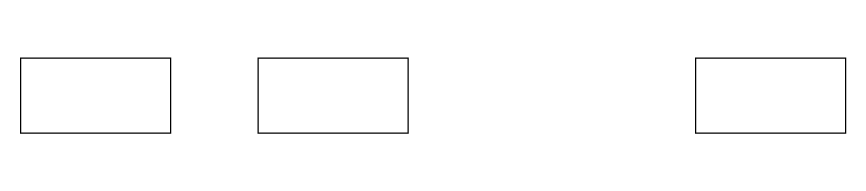
Earlier version of the draw.io diagram Untitled Diagram.drawio (Majdi-Abdelhalim/Graphs). Source tidied: cells renumbered, new cells numbered last; positions are measured from the earlier drawing's top-left corner, leaving out a move shared by most shapes. Both pictures are drawn from the tidied source at 125%, with x=0, y=0 at pixel (20, 58).
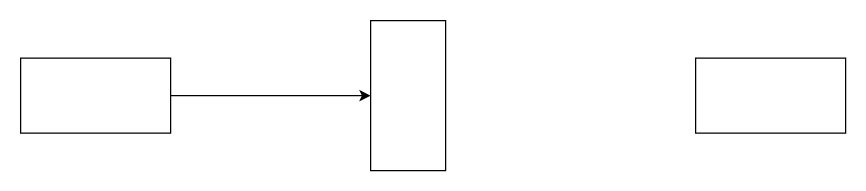
After the change.

The edit, as a diff of the source:
```diff
@@
 <mxGraphModel>
   <root>
     <mxCell id="0" />
     <mxCell id="1" parent="0" />
-    <mxCell id="2" style="rounded=0;whiteSpace=wrap;html=1;" parent="1" vertex="1">
-      <mxGeometry x="190" width="120" height="60" as="geometry" />
+    <mxCell id="2" style="rounded=0;whiteSpace=wrap;html=1;direction=south;" parent="1" vertex="1">
+      <mxGeometry x="280" y="-30" width="60" height="120" as="geometry" />
     </mxCell>
+    <mxCell id="5" style="edgeStyle=orthogonalEdgeStyle;rounded=0;jettySize=auto;html=1;entryX=0.5;entryY=1;entryDx=0;entryDy=0;" parent="1" edge="1" source="3" target="2">
+      <mxGeometry relative="1" as="geometry" />
+    </mxCell>
     <mxCell id="3" style="rounded=0;whiteSpace=wrap;html=1;" parent="1" vertex="1">
       <mxGeometry width="120" height="60" as="geometry" />
     </mxCell>
     <mxCell id="4" style="rounded=0;whiteSpace=wrap;html=1;" parent="1" vertex="1">
       <mxGeometry x="540" width="120" height="60" as="geometry" />
     </mxCell>
   </root>
 </mxGraphModel>
```
